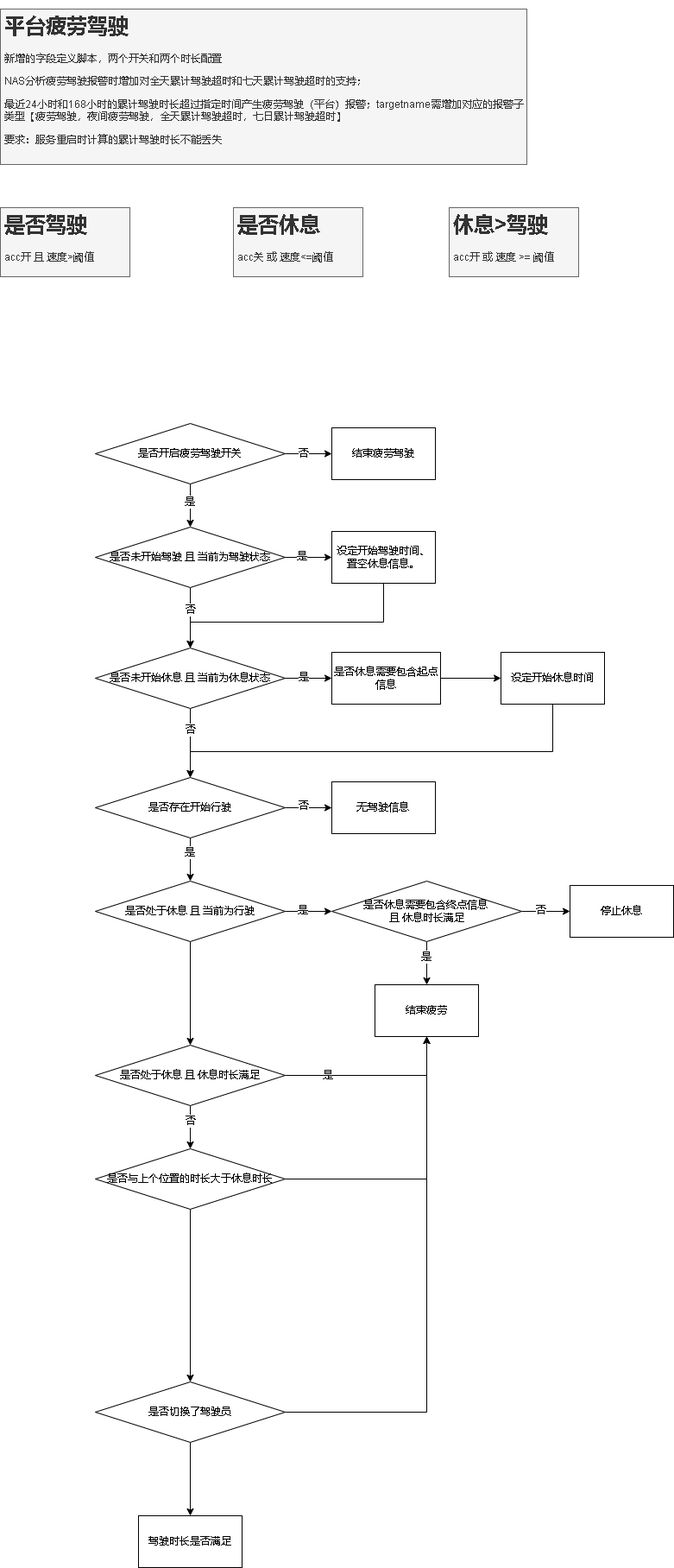
The draw.io diagram 平台疲劳驾驶.drawio.png in xktder/draw, before a commit. Source tidied: cells renumbered, new cells last; positions are measured from the earlier drawing's top-left corner, leaving out a move shared by most shapes.
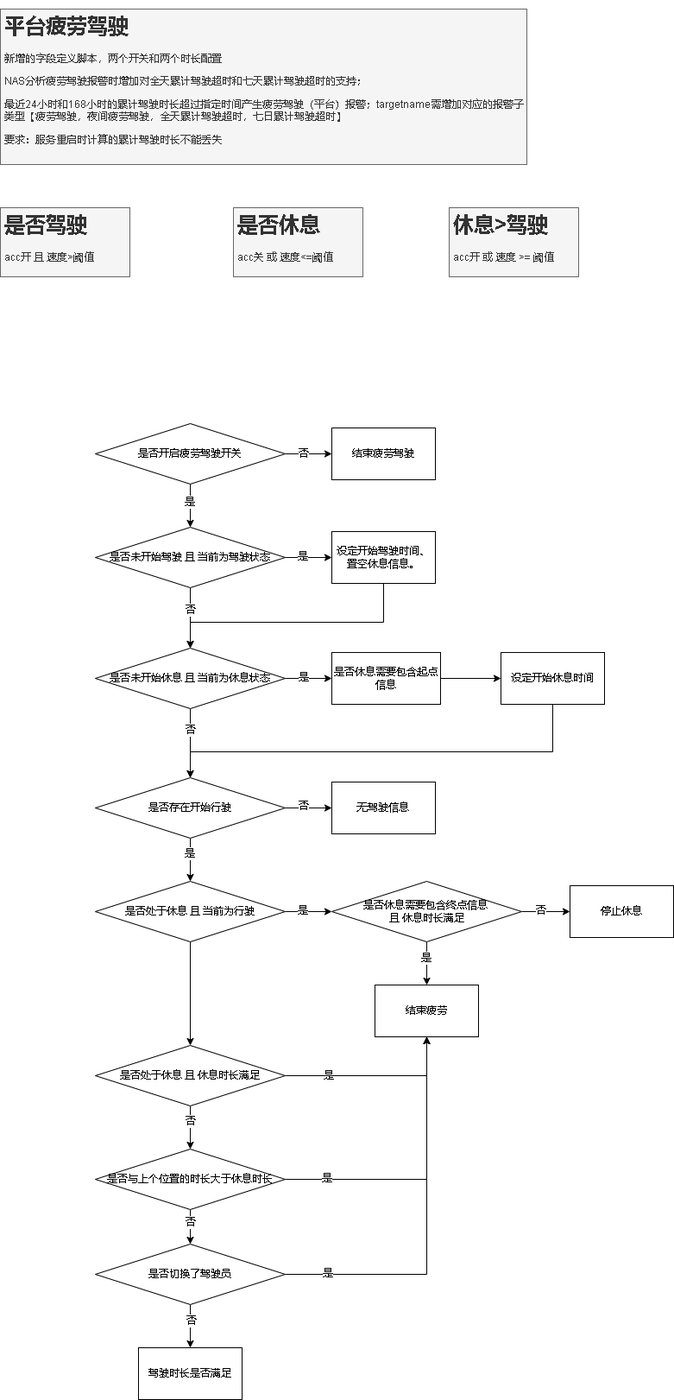
After the commit.

Commit message:
更新平台疲劳驾驶.drawio.png

The edit, as a diff of the source:
```diff
@@ -162,23 +162,35 @@
     <mxCell id="49" style="edgeStyle=orthogonalEdgeStyle;rounded=0;jettySize=auto;html=1;entryX=0.5;entryY=1;entryDx=0;entryDy=0;" parent="1" edge="1" source="51" target="42">
       <mxGeometry relative="1" as="geometry" />
     </mxCell>
+    <mxCell id="57" value="是" style="edgeLabel;html=1;align=center;verticalAlign=middle;" parent="49" vertex="1">
+      <mxGeometry x="-0.71" y="1" relative="1" as="geometry" />
+    </mxCell>
     <mxCell id="50" style="edgeStyle=orthogonalEdgeStyle;rounded=0;jettySize=auto;html=1;" parent="1" edge="1" source="51" target="54">
       <mxGeometry relative="1" as="geometry" />
     </mxCell>
+    <mxCell id="58" value="否" style="edgeLabel;html=1;align=center;verticalAlign=middle;" parent="50" vertex="1">
+      <mxGeometry x="-0.28" relative="1" as="geometry" />
+    </mxCell>
     <mxCell id="51" value="是否与上个位置的时长大于休息时长" style="rhombus;whiteSpace=wrap;html=1;" parent="1" vertex="1">
       <mxGeometry x="110" y="1320" width="220" height="70" as="geometry" />
     </mxCell>
     <mxCell id="52" style="edgeStyle=orthogonalEdgeStyle;rounded=0;jettySize=auto;html=1;entryX=0.5;entryY=1;entryDx=0;entryDy=0;" parent="1" edge="1" source="54" target="42">
       <mxGeometry relative="1" as="geometry" />
     </mxCell>
+    <mxCell id="59" value="是" style="edgeLabel;html=1;align=center;verticalAlign=middle;" parent="52" vertex="1">
+      <mxGeometry x="-0.78" y="1" relative="1" as="geometry" />
+    </mxCell>
     <mxCell id="53" style="edgeStyle=orthogonalEdgeStyle;rounded=0;jettySize=auto;html=1;" parent="1" edge="1" source="54" target="55">
       <mxGeometry relative="1" as="geometry" />
     </mxCell>
+    <mxCell id="60" value="否" style="edgeLabel;html=1;align=center;verticalAlign=middle;" parent="53" vertex="1">
+      <mxGeometry x="-0.26" y="1" relative="1" as="geometry" />
+    </mxCell>
     <mxCell id="54" value="是否切换了驾驶员" style="rhombus;whiteSpace=wrap;html=1;" parent="1" vertex="1">
-      <mxGeometry x="110" y="1590" width="220" height="70" as="geometry" />
+      <mxGeometry x="110" y="1430" width="220" height="70" as="geometry" />
     </mxCell>
     <mxCell id="55" value="驾驶时长是否满足" style="whiteSpace=wrap;html=1;" parent="1" vertex="1">
-      <mxGeometry x="160" y="1745" width="120" height="60" as="geometry" />
+      <mxGeometry x="160" y="1550" width="120" height="60" as="geometry" />
     </mxCell>
     <mxCell id="56" value="无驾驶信息" style="whiteSpace=wrap;html=1;" parent="1" vertex="1">
       <mxGeometry x="384" y="895" width="120" height="60" as="geometry" />
```
